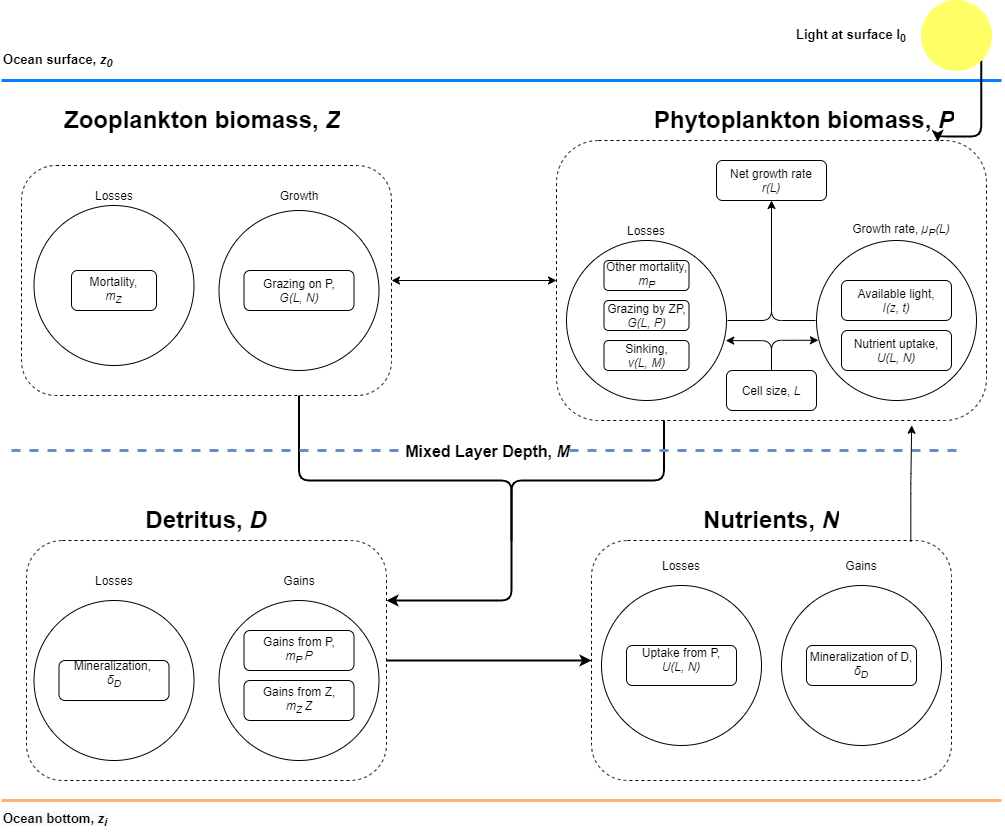
The draw.io diagram Figures/ModelIllustration.png in MickiJensen/Final-report, before a commit. Source tidied: cells renumbered, new cells last; positions are measured from the earlier drawing's top-left corner, leaving out a move shared by most shapes.
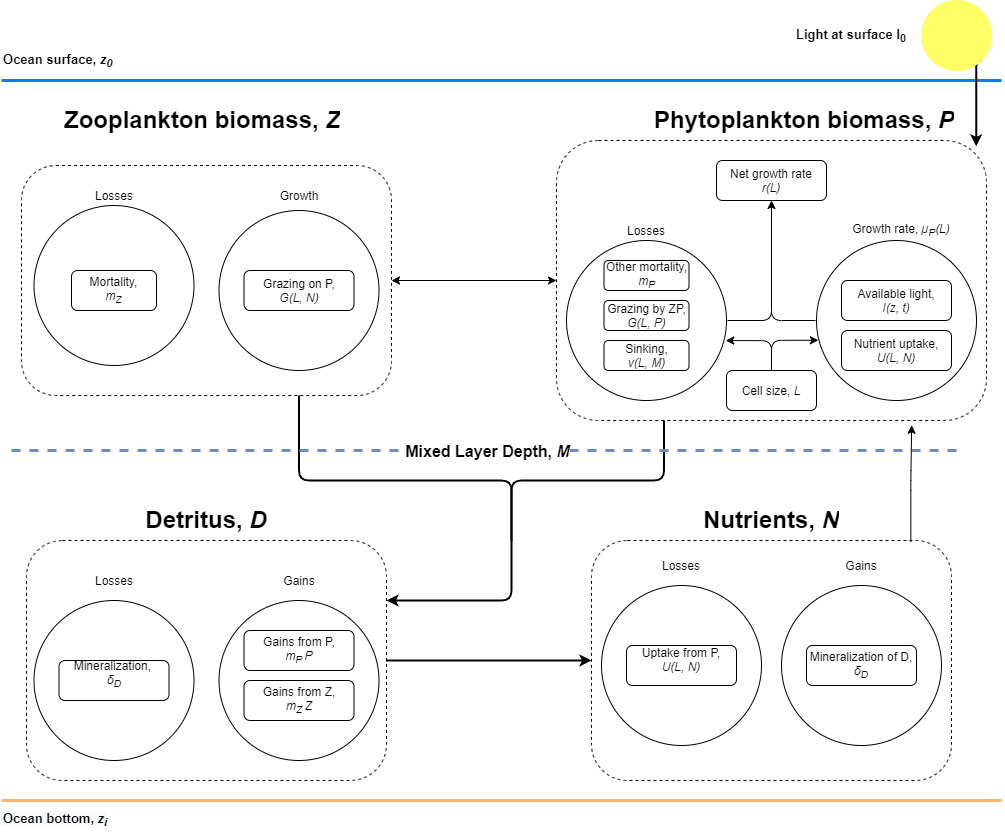
The same file after the commit.

Change to the diagram source:
```diff
@@ -62,10 +62,10 @@
     <mxCell id="14" value="&lt;font style=&quot;font-size: 12px&quot;&gt;Cell size,&amp;nbsp;&lt;i&gt;L&lt;/i&gt;&lt;br&gt;&lt;/font&gt;" style="rounded=1;whiteSpace=wrap;html=1;strokeWidth=1;fillColor=none;" parent="1" vertex="1">
       <mxGeometry x="725" y="370" width="90" height="40" as="geometry" />
     </mxCell>
-    <mxCell id="15" style="edgeStyle=orthogonalEdgeStyle;rounded=1;jettySize=auto;html=1;exitX=1;exitY=1;exitDx=0;exitDy=0;entryX=0.887;entryY=0.005;entryDx=0;entryDy=0;entryPerimeter=0;startArrow=none;startFill=0;endArrow=classic;endFill=1;strokeColor=#000000;strokeWidth=2;" parent="1" edge="1" source="16" target="4">
+    <mxCell id="15" style="edgeStyle=orthogonalEdgeStyle;rounded=1;jettySize=auto;html=1;exitX=1;exitY=1;exitDx=0;exitDy=0;entryX=0.976;entryY=0.021;entryDx=0;entryDy=0;entryPerimeter=0;startArrow=none;startFill=0;endArrow=classic;endFill=1;strokeColor=#000000;strokeWidth=2;" parent="1" edge="1" source="16" target="4">
       <mxGeometry relative="1" as="geometry">
         <Array as="points">
-          <mxPoint x="980" y="136" />
+          <mxPoint x="975" y="60" />
         </Array>
       </mxGeometry>
     </mxCell>
```
